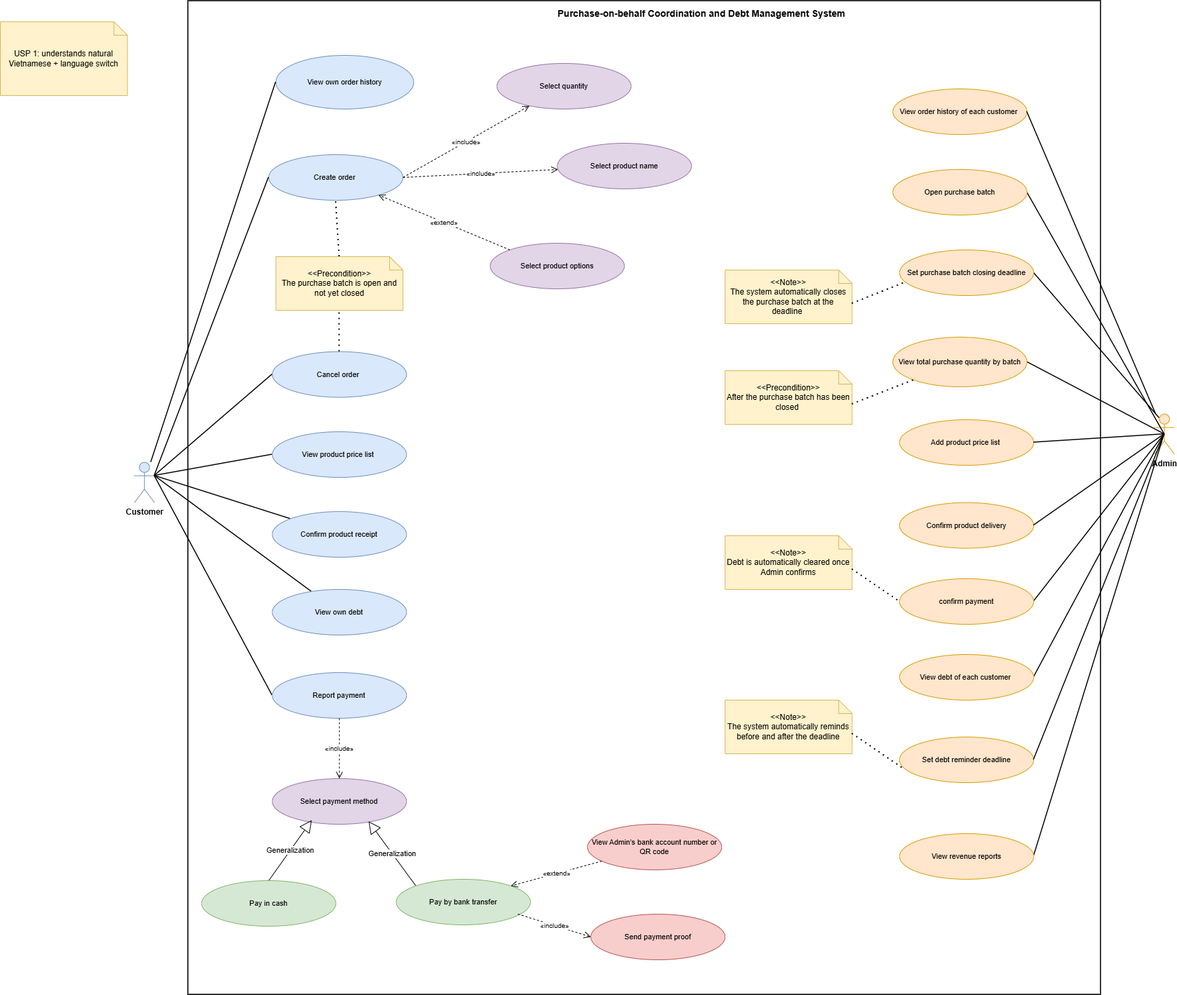
letranngocqui/managing_snacks_purchases_system keeps this draw.io diagram as EN-bot-quan-ly-mua-ho.drawio.png. Above is the earlier version. Source tidied: cells renumbered, new cells last; positions are measured from the earlier drawing's top-left corner, leaving out a move shared by most shapes.
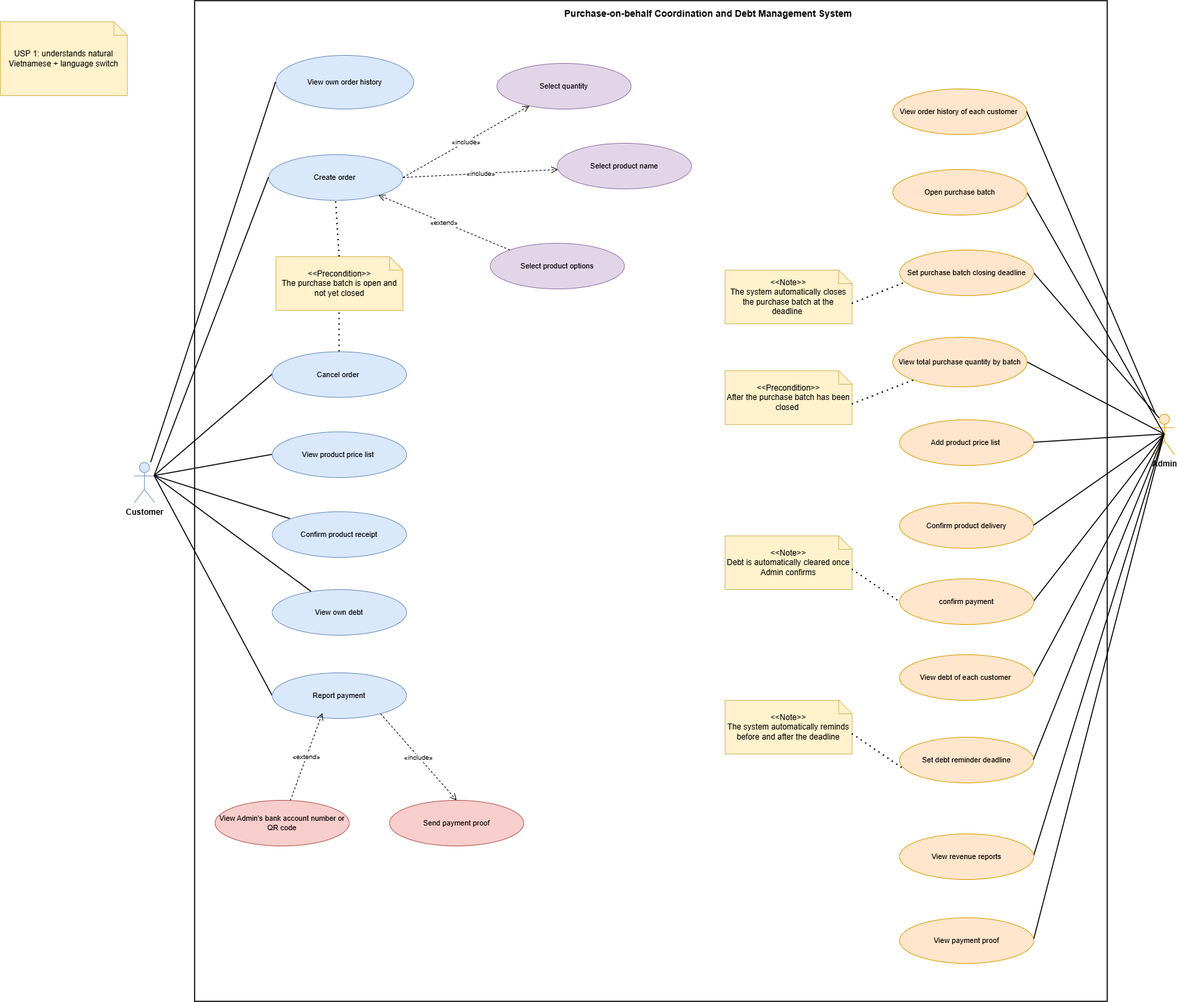
Above is the later version.

Commit message:
redesign use case diagram v2

What changed in the source:
```diff
@@ -3,7 +3,7 @@
     <mxCell id="0" />
     <mxCell id="1" parent="0" />
     <mxCell id="2" value="&amp;nbsp; &amp;nbsp; &amp;nbsp; &amp;nbsp; &amp;nbsp; &amp;nbsp; &amp;nbsp; &amp;nbsp; &amp;nbsp; &amp;nbsp; &amp;nbsp; &amp;nbsp; &amp;nbsp; &amp;nbsp; &amp;nbsp; &amp;nbsp; &amp;nbsp; &amp;nbsp; &amp;nbsp; &amp;nbsp; &amp;nbsp; &amp;nbsp; &amp;nbsp; &amp;nbsp; &amp;nbsp; &amp;nbsp; &amp;nbsp; &amp;nbsp; &amp;nbsp; &amp;nbsp; &amp;nbsp; &amp;nbsp; &amp;nbsp; &amp;nbsp; &amp;nbsp; &amp;nbsp; &amp;nbsp; &amp;nbsp; &amp;nbsp; &amp;nbsp; &amp;nbsp; &amp;nbsp; &amp;nbsp; &amp;nbsp; &amp;nbsp; &amp;nbsp; &amp;nbsp; &amp;nbsp; &amp;nbsp; &amp;nbsp; &amp;nbsp; &amp;nbsp; &amp;nbsp; &amp;nbsp; &amp;nbsp; &amp;nbsp; &amp;nbsp; &amp;nbsp; &amp;nbsp; &amp;nbsp; &amp;nbsp; &amp;nbsp; &amp;nbsp; &amp;nbsp; &amp;nbsp; &amp;nbsp; &amp;nbsp; &amp;nbsp; &amp;nbsp; Purchase-on-behalf Coordination and Debt Management System&amp;nbsp;" style="rounded=0;whiteSpace=wrap;html=1;fillColor=none;strokeColor=#333333;strokeWidth=2;verticalAlign=top;align=left;spacingLeft=12;spacingTop=4;fontStyle=1;fontSize=14;" parent="1" vertex="1">
-      <mxGeometry x="280" width="1360" height="1481" as="geometry" />
+      <mxGeometry x="290" width="1360" height="1491" as="geometry" />
     </mxCell>
     <mxCell id="3" value="Cancel order&amp;nbsp;" style="ellipse;whiteSpace=wrap;html=1;fillColor=#dae8fc;strokeColor=#6c8ebf;fontSize=11;" parent="1" vertex="1">
       <mxGeometry x="405.3" y="522.6" width="200" height="68" as="geometry" />
@@ -159,27 +159,9 @@
       <mxGeometry relative="1" as="geometry" />
     </mxCell>
     <mxCell id="54" value="Send payment proof" style="ellipse;whiteSpace=wrap;html=1;fontSize=11;fillColor=#f8cecc;strokeColor=#b85450;" parent="1" vertex="1">
-      <mxGeometry x="880" y="1361" width="200" height="68" as="geometry" />
+      <mxGeometry x="580" y="1191" width="200" height="68" as="geometry" />
     </mxCell>
-    <mxCell id="55" value="Select payment method" style="ellipse;whiteSpace=wrap;html=1;fillColor=#e1d5e7;strokeColor=#9673a6;fontSize=11;" parent="1" vertex="1">
-      <mxGeometry x="405.3" y="1159" width="200" height="68" as="geometry" />
-    </mxCell>
-    <mxCell id="56" value="«include»" style="edgeStyle=none;endArrow=open;endSize=8;dashed=1;html=1;rounded=0;fontSize=10;labelBackgroundColor=#ffffff;strokeWidth=1;exitX=0.5;exitY=1;exitDx=0;exitDy=0;entryX=0.5;entryY=0;entryDx=0;entryDy=0;" parent="1" edge="1" source="39" target="55">
-      <mxGeometry relative="1" as="geometry" />
-    </mxCell>
-    <mxCell id="57" value="Generalization" style="endArrow=block;endSize=16;endFill=0;html=1;rounded=0;defaultLabelBackgroundColor=page;entryX=0.717;entryY=0.936;entryDx=0;entryDy=0;entryPerimeter=0;exitX=0;exitY=0;exitDx=0;exitDy=0;" parent="1" edge="1" source="59" target="55">
-      <mxGeometry relative="1" as="geometry" />
-    </mxCell>
-    <mxCell id="58" value="Generalization" style="endArrow=block;endSize=16;endFill=0;html=1;rounded=0;defaultLabelBackgroundColor=page;entryX=0.294;entryY=0.909;entryDx=0;entryDy=0;entryPerimeter=0;exitX=0.5;exitY=0;exitDx=0;exitDy=0;" parent="1" edge="1" source="60" target="55">
-      <mxGeometry relative="1" as="geometry" />
-    </mxCell>
-    <mxCell id="59" value="Pay by bank transfer" style="ellipse;whiteSpace=wrap;html=1;fillColor=#d5e8d4;strokeColor=#82b366;fontSize=11;" parent="1" vertex="1">
-      <mxGeometry x="590" y="1309" width="200" height="68" as="geometry" />
-    </mxCell>
-    <mxCell id="60" value="Pay in cash" style="ellipse;whiteSpace=wrap;html=1;fillColor=#d5e8d4;strokeColor=#82b366;fontSize=11;" parent="1" vertex="1">
-      <mxGeometry x="300" y="1311" width="200" height="68" as="geometry" />
-    </mxCell>
-    <mxCell id="61" value="«include»" style="edgeStyle=none;endArrow=open;endSize=8;dashed=1;html=1;rounded=0;fontSize=10;labelBackgroundColor=#ffffff;strokeWidth=1;entryX=0;entryY=0.5;entryDx=0;entryDy=0;exitX=0.906;exitY=0.763;exitDx=0;exitDy=0;exitPerimeter=0;" parent="1" edge="1" source="59" target="54">
+    <mxCell id="61" value="«include»" style="edgeStyle=none;endArrow=open;endSize=8;dashed=1;html=1;rounded=0;fontSize=10;labelBackgroundColor=#ffffff;strokeWidth=1;entryX=0.5;entryY=0;entryDx=0;entryDy=0;exitX=0.807;exitY=0.898;exitDx=0;exitDy=0;exitPerimeter=0;" parent="1" edge="1" source="39" target="54">
       <mxGeometry relative="1" as="geometry" />
     </mxCell>
     <mxCell id="62" style="endArrow=none;html=1;strokeWidth=1.5;edgeStyle=none;rounded=0;entryX=1;entryY=0.5;entryDx=0;entryDy=0;exitX=0.5;exitY=0.5;exitDx=0;exitDy=0;exitPerimeter=0;" parent="1" edge="1" source="7" target="63">
@@ -189,13 +171,19 @@
       <mxGeometry x="1340" y="1241" width="200" height="68" as="geometry" />
     </mxCell>
     <mxCell id="64" value="View Admin's bank account number or QR code" style="ellipse;whiteSpace=wrap;html=1;fontSize=11;fillColor=#f8cecc;strokeColor=#b85450;" parent="1" vertex="1">
-      <mxGeometry x="875" y="1227" width="200" height="68" as="geometry" />
+      <mxGeometry x="320" y="1191" width="200" height="68" as="geometry" />
     </mxCell>
-    <mxCell id="65" value="«extend»" style="edgeStyle=none;endArrow=open;endSize=8;dashed=1;html=1;rounded=0;fontSize=10;labelBackgroundColor=#ffffff;strokeWidth=1;entryX=1;entryY=0;entryDx=0;entryDy=0;" parent="1" edge="1" source="64" target="59">
+    <mxCell id="65" value="«extend»" style="edgeStyle=none;endArrow=open;endSize=8;dashed=1;html=1;rounded=0;fontSize=10;labelBackgroundColor=#ffffff;strokeWidth=1;entryX=0.373;entryY=0.882;entryDx=0;entryDy=0;entryPerimeter=0;" parent="1" edge="1" source="64" target="39">
       <mxGeometry relative="1" as="geometry" />
     </mxCell>
     <mxCell id="66" value="USP 1: understands natural Vietnamese + language switch" style="shape=note;size=20;whiteSpace=wrap;html=1;fillColor=#fff2cc;strokeColor=#d6b656;" parent="1" vertex="1">
       <mxGeometry y="31" width="189.4" height="110" as="geometry" />
     </mxCell>
+    <mxCell id="67" style="endArrow=none;html=1;strokeWidth=1.5;edgeStyle=none;rounded=0;entryX=1;entryY=0.5;entryDx=0;entryDy=0;exitX=0.5;exitY=0.5;exitDx=0;exitDy=0;exitPerimeter=0;" parent="1" edge="1" source="7" target="68">
+      <mxGeometry relative="1" as="geometry" />
+    </mxCell>
+    <mxCell id="68" value="View payment proof" style="ellipse;whiteSpace=wrap;html=1;fillColor=#ffe6cc;strokeColor=#d79b00;fontSize=11;" parent="1" vertex="1">
+      <mxGeometry x="1340" y="1366" width="200" height="68" as="geometry" />
+    </mxCell>
   </root>
 </mxGraphModel>
```
